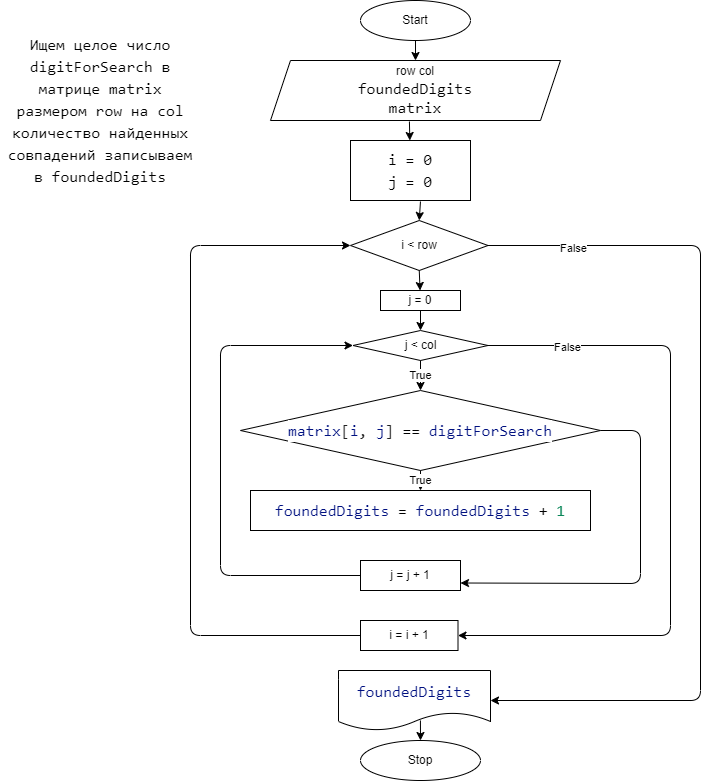
The draw.io diagram task_50/diagram.drawio.png in kononovaele/HomeTask_7, before a commit. Source tidied: cells renumbered, new cells last; positions are measured from the earlier drawing's top-left corner, leaving out a move shared by most shapes. Its diagram source:
```xml
<mxGraphModel>
  <root>
    <mxCell id="0" />
    <mxCell id="1" parent="0" />
    <mxCell id="2" value="Start" style="ellipse;whiteSpace=wrap;html=1;" parent="1" vertex="1">
      <mxGeometry x="360" width="110" height="40" as="geometry" />
    </mxCell>
    <mxCell id="3" value="Stop" style="ellipse;whiteSpace=wrap;html=1;" parent="1" vertex="1">
      <mxGeometry x="360" y="740" width="120" height="40" as="geometry" />
    </mxCell>
    <mxCell id="4" value="&lt;div style=&quot;background-color: rgb(255 , 255 , 255) ; font-family: &amp;#34;consolas&amp;#34; , &amp;#34;courier new&amp;#34; , monospace ; font-size: 16px ; line-height: 22px&quot;&gt;&lt;div style=&quot;font-family: &amp;#34;consolas&amp;#34; , &amp;#34;courier new&amp;#34; , monospace ; line-height: 22px&quot;&gt;Ищем целое число digitForSearch в матрице matrix размером row на col&lt;/div&gt;&lt;div style=&quot;font-family: &amp;#34;consolas&amp;#34; , &amp;#34;courier new&amp;#34; , monospace ; line-height: 22px&quot;&gt;количество найденных совпадений записываем в foundedDigits&lt;/div&gt;&lt;/div&gt;" style="text;html=1;strokeColor=none;fillColor=none;align=center;verticalAlign=middle;whiteSpace=wrap;rounded=0;" parent="1" vertex="1">
      <mxGeometry y="20" width="200" height="180" as="geometry" />
    </mxCell>
    <mxCell id="5" value="row col&lt;span style=&quot;background-color: rgb(248 , 249 , 250)&quot;&gt;&lt;br&gt;&lt;/span&gt;&lt;span style=&quot;font-family: &amp;#34;consolas&amp;#34; , &amp;#34;courier new&amp;#34; , monospace ; font-size: 16px ; background-color: rgb(255 , 255 , 255)&quot;&gt;foundedDigits&lt;br&gt;matrix&lt;/span&gt;" style="shape=parallelogram;perimeter=parallelogramPerimeter;whiteSpace=wrap;html=1;fixedSize=1;fontColor=#000000;" parent="1" vertex="1">
      <mxGeometry x="270" y="60" width="290" height="60" as="geometry" />
    </mxCell>
    <mxCell id="6" value="&lt;div style=&quot;background-color: rgb(255 , 255 , 255) ; font-family: &amp;#34;consolas&amp;#34; , &amp;#34;courier new&amp;#34; , monospace ; font-size: 16px ; line-height: 22px&quot;&gt;&lt;div style=&quot;font-family: &amp;#34;consolas&amp;#34; , &amp;#34;courier new&amp;#34; , monospace ; line-height: 22px&quot;&gt;i = 0&lt;br&gt;&lt;/div&gt;&lt;div style=&quot;font-family: &amp;#34;consolas&amp;#34; , &amp;#34;courier new&amp;#34; , monospace ; line-height: 22px&quot;&gt;j = 0&lt;/div&gt;&lt;/div&gt;" style="rounded=0;whiteSpace=wrap;html=1;fontColor=#000000;" parent="1" vertex="1">
      <mxGeometry x="350" y="140" width="120" height="60" as="geometry" />
    </mxCell>
    <mxCell id="7" value="i &amp;lt; row" style="rhombus;whiteSpace=wrap;html=1;fontColor=#000000;" parent="1" vertex="1">
      <mxGeometry x="350" y="220" width="137.5" height="50" as="geometry" />
    </mxCell>
    <mxCell id="8" value="j &amp;lt; col" style="rhombus;whiteSpace=wrap;html=1;fontColor=#000000;" parent="1" vertex="1">
      <mxGeometry x="352.5" y="330" width="135" height="30" as="geometry" />
    </mxCell>
    <mxCell id="9" value="&lt;div style=&quot;background-color: rgb(255 , 255 , 255) ; font-family: &amp;#34;consolas&amp;#34; , &amp;#34;courier new&amp;#34; , monospace ; font-size: 16px ; line-height: 22px&quot;&gt;&lt;span style=&quot;color: #001080&quot;&gt;matrix&lt;/span&gt;&lt;span style=&quot;color: #222222&quot;&gt;[&lt;/span&gt;&lt;span style=&quot;color: #001080&quot;&gt;i&lt;/span&gt;&lt;span style=&quot;color: #222222&quot;&gt;,&lt;/span&gt; &lt;span style=&quot;color: #001080&quot;&gt;j&lt;/span&gt;&lt;span style=&quot;color: #222222&quot;&gt;]&lt;/span&gt; == &lt;span style=&quot;color: #001080&quot;&gt;digitForSearch&lt;/span&gt;&lt;/div&gt;" style="rhombus;whiteSpace=wrap;html=1;fontColor=#000000;" parent="1" vertex="1">
      <mxGeometry x="240" y="390" width="360" height="80" as="geometry" />
    </mxCell>
    <mxCell id="10" value="&lt;div style=&quot;background-color: rgb(255 , 255 , 255) ; font-family: &amp;#34;consolas&amp;#34; , &amp;#34;courier new&amp;#34; , monospace ; font-size: 16px ; line-height: 22px&quot;&gt;&lt;span style=&quot;color: #001080&quot;&gt;foundedDigits&lt;/span&gt; = &lt;span style=&quot;color: #001080&quot;&gt;foundedDigits&lt;/span&gt; + &lt;span style=&quot;color: #098658&quot;&gt;1&lt;/span&gt;&lt;/div&gt;" style="rounded=0;whiteSpace=wrap;html=1;fontColor=#000000;" parent="1" vertex="1">
      <mxGeometry x="250" y="490" width="340" height="40" as="geometry" />
    </mxCell>
    <mxCell id="11" value="j = j + 1" style="rounded=0;whiteSpace=wrap;html=1;fontColor=#000000;" parent="1" vertex="1">
      <mxGeometry x="360" y="560" width="100" height="30" as="geometry" />
    </mxCell>
    <mxCell id="12" style="endArrow=classic;html=1;fontColor=#000000;exitX=0;exitY=0.5;exitDx=0;exitDy=0;entryX=0;entryY=0.5;entryDx=0;entryDy=0;" parent="1" edge="1" source="11" target="8">
      <mxGeometry relative="1" as="geometry">
        <Array as="points">
          <mxPoint x="220" y="575" />
          <mxPoint x="220" y="345" />
        </Array>
      </mxGeometry>
    </mxCell>
    <mxCell id="13" value="True" style="endArrow=classic;html=1;fontColor=#000000;exitX=0.5;exitY=1;exitDx=0;exitDy=0;" parent="1" edge="1" source="8" target="9">
      <mxGeometry relative="1" as="geometry" />
    </mxCell>
    <mxCell id="14" value="True" style="endArrow=classic;html=1;fontColor=#000000;exitX=0.5;exitY=1;exitDx=0;exitDy=0;" parent="1" edge="1" source="9" target="10">
      <mxGeometry relative="1" as="geometry" />
    </mxCell>
    <mxCell id="15" style="endArrow=classic;html=1;fontColor=#000000;exitX=1;exitY=0.5;exitDx=0;exitDy=0;entryX=1;entryY=0.75;entryDx=0;entryDy=0;" parent="1" edge="1" source="9" target="11">
      <mxGeometry relative="1" as="geometry">
        <Array as="points">
          <mxPoint x="640" y="430" />
          <mxPoint x="640" y="583" />
        </Array>
      </mxGeometry>
    </mxCell>
    <mxCell id="16" value="i = i + 1" style="rounded=0;whiteSpace=wrap;html=1;fontColor=#000000;" parent="1" vertex="1">
      <mxGeometry x="360" y="620" width="97.5" height="30" as="geometry" />
    </mxCell>
    <mxCell id="17" value="&lt;span style=&quot;font-family: &amp;#34;consolas&amp;#34; , &amp;#34;courier new&amp;#34; , monospace ; font-size: 16px ; color: rgb(0 , 16 , 128)&quot;&gt;foundedDigits&lt;/span&gt;" style="shape=document;whiteSpace=wrap;html=1;boundedLbl=1;fontColor=#000000;" parent="1" vertex="1">
      <mxGeometry x="338" y="670" width="152" height="60" as="geometry" />
    </mxCell>
    <mxCell id="18" style="endArrow=classic;html=1;fontColor=#000000;exitX=1;exitY=0.5;exitDx=0;exitDy=0;entryX=1;entryY=0.5;entryDx=0;entryDy=0;" parent="1" edge="1" source="8" target="16">
      <mxGeometry relative="1" as="geometry">
        <Array as="points">
          <mxPoint x="670" y="345" />
          <mxPoint x="670" y="635" />
        </Array>
      </mxGeometry>
    </mxCell>
    <mxCell id="19" value="False" style="edgeLabel;html=1;align=center;verticalAlign=middle;fontColor=#000000;" parent="18" vertex="1">
      <mxGeometry x="-0.77" y="-1" relative="1" as="geometry" />
    </mxCell>
    <mxCell id="20" style="endArrow=classic;html=1;fontColor=#000000;exitX=1;exitY=0.5;exitDx=0;exitDy=0;entryX=1;entryY=0.5;entryDx=0;entryDy=0;" parent="1" edge="1" source="7" target="17">
      <mxGeometry relative="1" as="geometry">
        <Array as="points">
          <mxPoint x="700" y="245" />
          <mxPoint x="700" y="700" />
        </Array>
      </mxGeometry>
    </mxCell>
    <mxCell id="21" value="False" style="edgeLabel;html=1;align=center;verticalAlign=middle;fontColor=#000000;" parent="20" vertex="1">
      <mxGeometry x="-0.81" y="-2" relative="1" as="geometry" />
    </mxCell>
    <mxCell id="22" style="endArrow=classic;html=1;fontColor=#000000;exitX=0;exitY=0.5;exitDx=0;exitDy=0;entryX=0;entryY=0.5;entryDx=0;entryDy=0;" parent="1" edge="1" source="16" target="7">
      <mxGeometry relative="1" as="geometry">
        <Array as="points">
          <mxPoint x="190" y="635" />
          <mxPoint x="190" y="245" />
        </Array>
      </mxGeometry>
    </mxCell>
    <mxCell id="23" style="endArrow=classic;html=1;fontColor=#000000;exitX=0.539;exitY=0.833;exitDx=0;exitDy=0;exitPerimeter=0;" parent="1" edge="1" source="17" target="3">
      <mxGeometry relative="1" as="geometry" />
    </mxCell>
    <mxCell id="24" style="endArrow=classic;html=1;fontColor=#000000;exitX=0.5;exitY=1;exitDx=0;exitDy=0;" parent="1" edge="1" source="2" target="5">
      <mxGeometry relative="1" as="geometry" />
    </mxCell>
    <mxCell id="25" style="endArrow=classic;html=1;fontColor=#000000;exitX=0.479;exitY=1.017;exitDx=0;exitDy=0;exitPerimeter=0;" parent="1" edge="1" source="5" target="6">
      <mxGeometry relative="1" as="geometry" />
    </mxCell>
    <mxCell id="26" style="endArrow=classic;html=1;fontColor=#000000;exitX=0.583;exitY=1.017;exitDx=0;exitDy=0;exitPerimeter=0;entryX=0.5;entryY=0;entryDx=0;entryDy=0;" parent="1" edge="1" source="6" target="7">
      <mxGeometry relative="1" as="geometry" />
    </mxCell>
    <mxCell id="27" value="j = 0" style="rounded=0;whiteSpace=wrap;html=1;fontColor=#000000;" parent="1" vertex="1">
      <mxGeometry x="380" y="290" width="80" height="20" as="geometry" />
    </mxCell>
    <mxCell id="28" style="endArrow=classic;html=1;fontColor=#000000;exitX=0.5;exitY=1;exitDx=0;exitDy=0;" parent="1" edge="1" source="7" target="27">
      <mxGeometry relative="1" as="geometry" />
    </mxCell>
    <mxCell id="29" style="endArrow=classic;html=1;fontColor=#000000;exitX=0.5;exitY=1;exitDx=0;exitDy=0;entryX=0.5;entryY=0;entryDx=0;entryDy=0;" parent="1" edge="1" source="27" target="8">
      <mxGeometry relative="1" as="geometry" />
    </mxCell>
  </root>
</mxGraphModel>
```
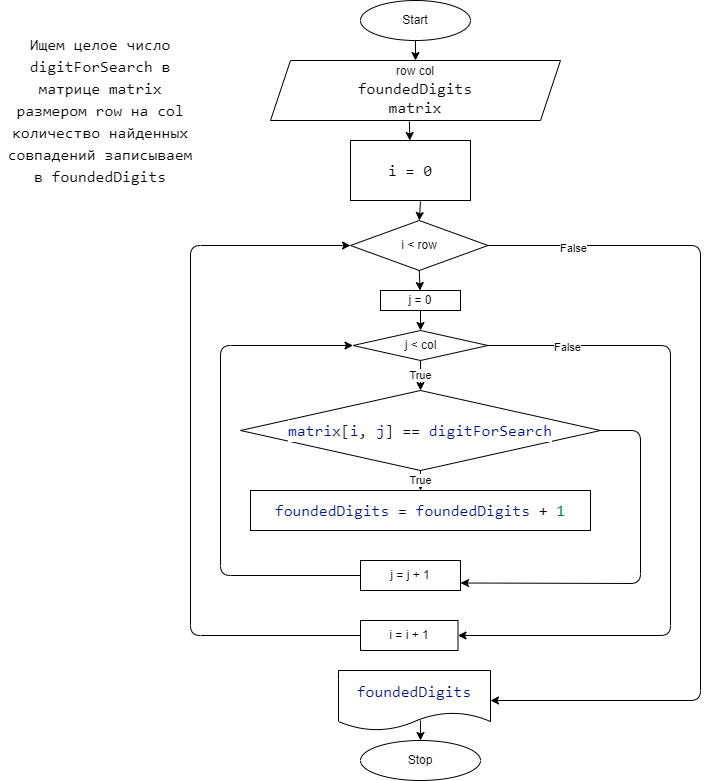
Above is the later version.

Commit message:
add block-schema to task_520

Change to the diagram source:
```diff
@@ -14,7 +14,7 @@
     <mxCell id="5" value="row col&lt;span style=&quot;background-color: rgb(248 , 249 , 250)&quot;&gt;&lt;br&gt;&lt;/span&gt;&lt;span style=&quot;font-family: &amp;#34;consolas&amp;#34; , &amp;#34;courier new&amp;#34; , monospace ; font-size: 16px ; background-color: rgb(255 , 255 , 255)&quot;&gt;foundedDigits&lt;br&gt;matrix&lt;/span&gt;" style="shape=parallelogram;perimeter=parallelogramPerimeter;whiteSpace=wrap;html=1;fixedSize=1;fontColor=#000000;" parent="1" vertex="1">
       <mxGeometry x="270" y="60" width="290" height="60" as="geometry" />
     </mxCell>
-    <mxCell id="6" value="&lt;div style=&quot;background-color: rgb(255 , 255 , 255) ; font-family: &amp;#34;consolas&amp;#34; , &amp;#34;courier new&amp;#34; , monospace ; font-size: 16px ; line-height: 22px&quot;&gt;&lt;div style=&quot;font-family: &amp;#34;consolas&amp;#34; , &amp;#34;courier new&amp;#34; , monospace ; line-height: 22px&quot;&gt;i = 0&lt;br&gt;&lt;/div&gt;&lt;div style=&quot;font-family: &amp;#34;consolas&amp;#34; , &amp;#34;courier new&amp;#34; , monospace ; line-height: 22px&quot;&gt;j = 0&lt;/div&gt;&lt;/div&gt;" style="rounded=0;whiteSpace=wrap;html=1;fontColor=#000000;" parent="1" vertex="1">
+    <mxCell id="6" value="&lt;div style=&quot;background-color: rgb(255 , 255 , 255) ; font-family: &amp;#34;consolas&amp;#34; , &amp;#34;courier new&amp;#34; , monospace ; font-size: 16px ; line-height: 22px&quot;&gt;&lt;div style=&quot;font-family: &amp;#34;consolas&amp;#34; , &amp;#34;courier new&amp;#34; , monospace ; line-height: 22px&quot;&gt;i = 0&lt;/div&gt;&lt;/div&gt;" style="rounded=0;whiteSpace=wrap;html=1;fontColor=#000000;" parent="1" vertex="1">
       <mxGeometry x="350" y="140" width="120" height="60" as="geometry" />
     </mxCell>
     <mxCell id="7" value="i &amp;lt; row" style="rhombus;whiteSpace=wrap;html=1;fontColor=#000000;" parent="1" vertex="1">
```
